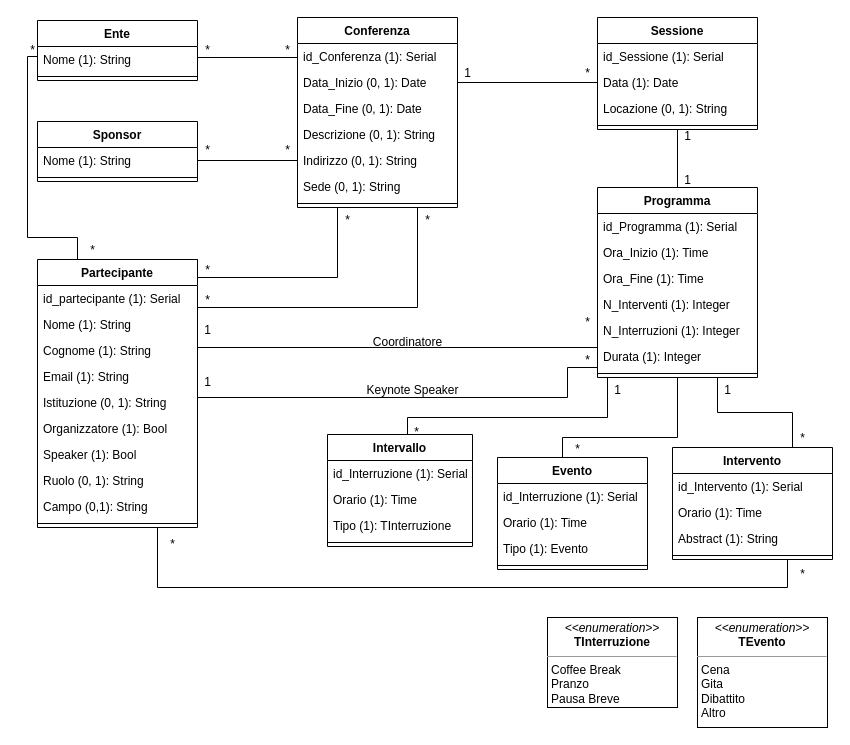
Before: page "DiagrammaRistrutturato" (2 of 2) of UML-DB/Conferenze.drawio in LeoCucurachi/GestioneConferenze, a draw.io diagram. Source tidied: cells renumbered, new cells numbered last; positions are measured from the earlier drawing's top-left corner, leaving out a move shared by most shapes. Both pictures are drawn from the tidied source at 100%, with x=0, y=0 at pixel (17, 17).
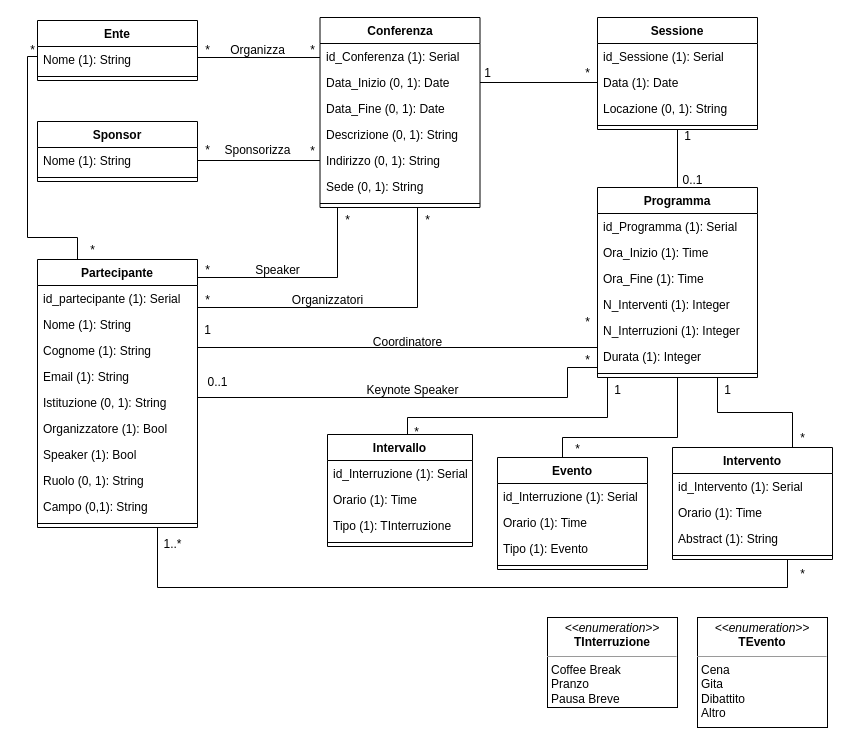
The same page after the edit.

Unchanged cells that the change refers to:
```xml
<mxCell id="7" value="Indirizzo (0, 1): String" style="text;strokeColor=none;fillColor=none;align=left;verticalAlign=top;spacingLeft=4;spacingRight=4;overflow=hidden;points=[[0,0.5],[1,0.5]];portConstraint=eastwest;whiteSpace=wrap;html=1;" parent="2" vertex="1">
  <mxGeometry y="130" width="160" height="26" as="geometry" />
</mxCell>
<mxCell id="8" value="Sede (0, 1): String" style="text;strokeColor=none;fillColor=none;align=left;verticalAlign=top;spacingLeft=4;spacingRight=4;overflow=hidden;points=[[0,0.5],[1,0.5]];portConstraint=eastwest;whiteSpace=wrap;html=1;" parent="2" vertex="1">
  <mxGeometry y="156" width="160" height="26" as="geometry" />
</mxCell>
<mxCell id="14" value="Nome (1): String" style="text;strokeColor=none;fillColor=none;align=left;verticalAlign=top;spacingLeft=4;spacingRight=4;overflow=hidden;points=[[0,0.5],[1,0.5]];portConstraint=eastwest;whiteSpace=wrap;html=1;" parent="13" vertex="1">
  <mxGeometry y="26" width="160" height="26" as="geometry" />
</mxCell>
```

The edit, as a diff of the source:
```diff
@@
     <mxCell id="2" value="Conferenza" style="swimlane;fontStyle=1;align=center;verticalAlign=top;horizontal=1;startSize=26;whiteSpace=wrap;html=1;" parent="1" vertex="1">
-      <mxGeometry x="280" width="160" height="190" as="geometry" />
+      <mxGeometry x="302.5" width="160" height="190" as="geometry" />
     </mxCell>
@@
-    <mxCell id="56" style="edgeStyle=orthogonalEdgeStyle;rounded=0;jettySize=auto;html=1;exitX=1;exitY=0.5;exitDx=0;exitDy=0;endArrow=none;endFill=0;entryX=0;entryY=0.5;entryDx=0;entryDy=0;" parent="1" edge="1" source="14" target="8">
-      <mxGeometry relative="1" as="geometry">
-        <Array as="points">
-          <mxPoint x="280" y="143" />
-        </Array>
-      </mxGeometry>
+    <mxCell id="56" style="edgeStyle=orthogonalEdgeStyle;rounded=0;jettySize=auto;html=1;exitX=1;exitY=0.5;exitDx=0;exitDy=0;endArrow=none;endFill=0;entryX=0;entryY=0.5;entryDx=0;entryDy=0;" parent="1" edge="1" source="14" target="7">
+      <mxGeometry relative="1" as="geometry" />
     </mxCell>
@@
     <mxCell id="58" value="*" style="text;html=1;align=center;verticalAlign=middle;strokeColor=none;fillColor=none;" parent="1" vertex="1">
-      <mxGeometry x="255" y="18" width="30" height="30" as="geometry" />
+      <mxGeometry x="280" y="18" width="30" height="30" as="geometry" />
     </mxCell>
@@
     <mxCell id="60" value="*" style="text;html=1;align=center;verticalAlign=middle;strokeColor=none;fillColor=none;" parent="1" vertex="1">
-      <mxGeometry x="255" y="118" width="30" height="30" as="geometry" />
+      <mxGeometry x="280" y="119" width="30" height="30" as="geometry" />
     </mxCell>
@@
     <mxCell id="63" value="1" style="text;html=1;align=center;verticalAlign=middle;strokeColor=none;fillColor=none;" parent="1" vertex="1">
-      <mxGeometry x="435" y="41" width="30" height="30" as="geometry" />
+      <mxGeometry x="455" y="41" width="30" height="30" as="geometry" />
     </mxCell>
@@
-    <mxCell id="65" value="1" style="text;html=1;align=center;verticalAlign=middle;strokeColor=none;fillColor=none;" parent="1" vertex="1">
-      <mxGeometry x="655" y="148" width="30" height="30" as="geometry" />
+    <mxCell id="65" value="0..1" style="text;html=1;align=center;verticalAlign=middle;strokeColor=none;fillColor=none;" parent="1" vertex="1">
+      <mxGeometry x="655" y="148" width="40" height="30" as="geometry" />
     </mxCell>
@@
-    <mxCell id="70" value="*" style="text;html=1;align=center;verticalAlign=middle;strokeColor=none;fillColor=none;" parent="1" vertex="1">
-      <mxGeometry x="140" y="512" width="30" height="30" as="geometry" />
+    <mxCell id="70" value="1..*" style="text;html=1;align=center;verticalAlign=middle;strokeColor=none;fillColor=none;" parent="1" vertex="1">
+      <mxGeometry x="135" y="512" width="40" height="30" as="geometry" />
     </mxCell>
@@
-    <mxCell id="75" value="1" style="text;html=1;align=center;verticalAlign=middle;strokeColor=none;fillColor=none;" parent="1" vertex="1">
-      <mxGeometry x="175" y="350" width="30" height="30" as="geometry" />
+    <mxCell id="75" value="0..1" style="text;html=1;align=center;verticalAlign=middle;strokeColor=none;fillColor=none;" parent="1" vertex="1">
+      <mxGeometry x="180" y="350" width="40" height="30" as="geometry" />
     </mxCell>
@@
+    <mxCell id="97" value="Organizzatori" style="text;html=1;align=center;verticalAlign=middle;strokeColor=none;fillColor=none;" parent="1" vertex="1">
+      <mxGeometry x="265" y="268" width="90" height="30" as="geometry" />
+    </mxCell>
+    <mxCell id="98" value="Speaker" style="text;html=1;align=center;verticalAlign=middle;strokeColor=none;fillColor=none;" parent="1" vertex="1">
+      <mxGeometry x="225" y="238" width="70" height="30" as="geometry" />
+    </mxCell>
+    <mxCell id="99" value="Organizza" style="text;html=1;align=center;verticalAlign=middle;strokeColor=none;fillColor=none;" parent="1" vertex="1">
+      <mxGeometry x="200" y="18" width="80" height="30" as="geometry" />
+    </mxCell>
+    <mxCell id="100" value="Sponsorizza" style="text;html=1;align=center;verticalAlign=middle;strokeColor=none;fillColor=none;" parent="1" vertex="1">
+      <mxGeometry x="195" y="118" width="90" height="30" as="geometry" />
+    </mxCell>
```
